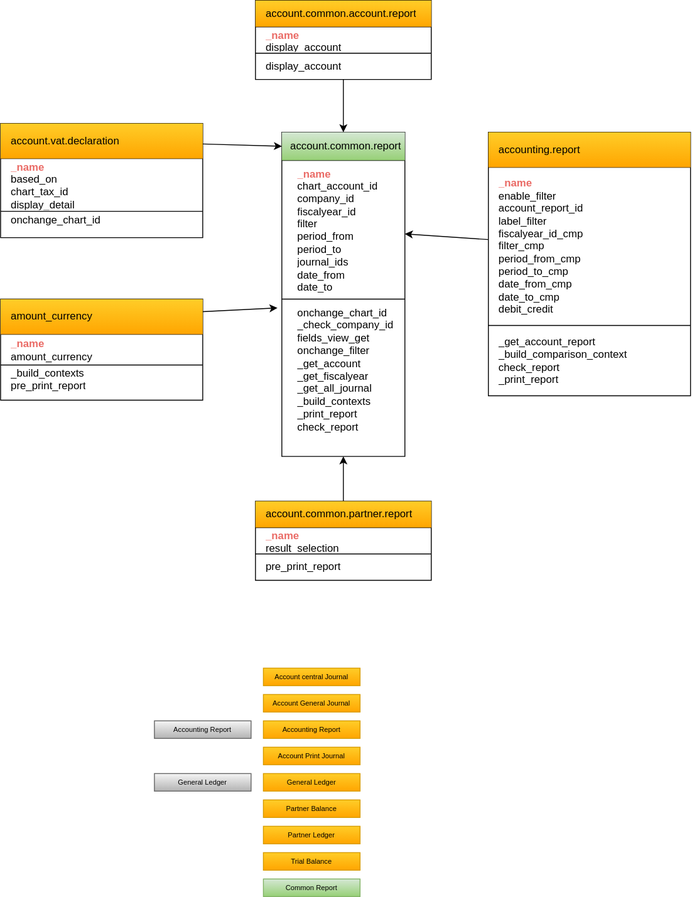
The draw.io diagram Actions.drawio.svg in jp-sft/odoo-models-diagrams, before a commit. Source tidied: cells renumbered, new cells last; positions are measured from the earlier drawing's top-left corner, leaving out a move shared by most shapes.
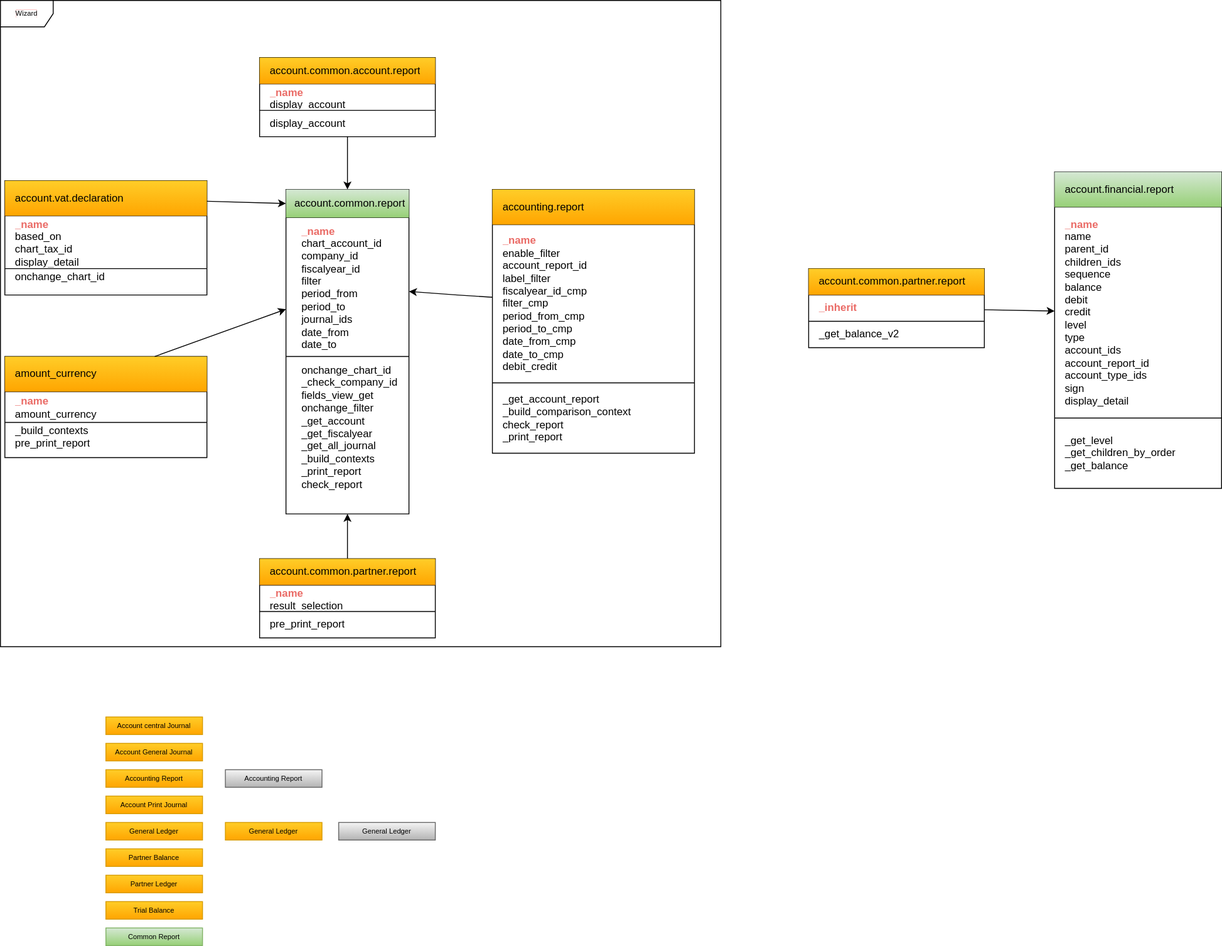
The same file after the commit.

Diff of the diagram source:
```diff
@@ -4,18 +4,18 @@
     <mxCell id="1" parent="0" />
     <mxCell id="2" style="edgeStyle=orthogonalEdgeStyle;rounded=0;orthogonalLoop=1;jettySize=auto;html=1;fontSize=12;fontColor=default;align=left;spacingLeft=10;" parent="1" edge="1">
       <mxGeometry relative="1" as="geometry">
-        <mxPoint x="400" as="sourcePoint" />
-        <mxPoint y="91" as="targetPoint" />
+        <mxPoint x="584" y="10" as="sourcePoint" />
+        <mxPoint x="184" y="101" as="targetPoint" />
       </mxGeometry>
     </mxCell>
     <mxCell id="3" style="edgeStyle=orthogonalEdgeStyle;rounded=0;orthogonalLoop=1;jettySize=auto;html=1;fontSize=12;fontColor=default;align=left;spacingLeft=10;" parent="1" edge="1">
       <mxGeometry relative="1" as="geometry">
-        <mxPoint x="400" as="sourcePoint" />
-        <mxPoint y="91" as="targetPoint" />
+        <mxPoint x="584" y="10" as="sourcePoint" />
+        <mxPoint x="184" y="101" as="targetPoint" />
       </mxGeometry>
     </mxCell>
     <mxCell id="4" style="shape=table;startSize=0;labelBackgroundColor=none;fontSize=12;fontColor=default;fillColor=none;html=0;align=left;spacingLeft=10;" parent="1" vertex="1">
-      <mxGeometry x="325" y="150" width="140" height="369" as="geometry" />
+      <mxGeometry x="509" y="160" width="140" height="369" as="geometry" />
     </mxCell>
     <mxCell id="5" style="shape=tableRow;horizontal=0;startSize=0;swimlaneHead=0;swimlaneBody=0;top=0;left=0;bottom=0;right=0;fillColor=none;points=[[0,0.5],[1,0.5]];portConstraint=eastwest;labelBackgroundColor=none;fontSize=12;fontColor=default;html=0;align=left;spacingLeft=10;" parent="4" vertex="1">
       <mxGeometry width="140" height="32" as="geometry" />
@@ -39,7 +39,7 @@
       <mxGeometry relative="1" as="geometry" />
     </mxCell>
     <mxCell id="12" style="shape=table;startSize=0;labelBackgroundColor=none;fontSize=12;fontColor=default;fillColor=none;html=0;align=left;spacingLeft=10;" parent="1" vertex="1">
-      <mxGeometry x="295" width="200" height="90" as="geometry" />
+      <mxGeometry x="479" y="10" width="200" height="90" as="geometry" />
     </mxCell>
     <mxCell id="13" style="shape=tableRow;horizontal=0;startSize=0;swimlaneHead=0;swimlaneBody=0;top=0;left=0;bottom=0;right=0;fillColor=none;labelBackgroundColor=none;fontSize=12;fontColor=default;html=0;align=left;spacingLeft=10;" parent="12" vertex="1">
       <mxGeometry width="200" height="30" as="geometry" />
@@ -60,7 +60,7 @@
       <mxGeometry width="200" height="30" as="geometry" />
     </mxCell>
     <mxCell id="19" style="shape=table;startSize=0;labelBackgroundColor=none;fontSize=12;fontColor=default;fillColor=none;html=0;align=left;spacingLeft=10;" parent="1" vertex="1">
-      <mxGeometry x="5" y="140" width="230" height="130" as="geometry" />
+      <mxGeometry x="189" y="150" width="230" height="130" as="geometry" />
     </mxCell>
     <mxCell id="20" style="shape=tableRow;horizontal=0;startSize=0;swimlaneHead=0;swimlaneBody=0;top=0;left=0;bottom=0;right=0;fillColor=none;points=[[0,0.5],[1,0.5]];portConstraint=eastwest;labelBackgroundColor=none;fontSize=12;fontColor=default;html=0;align=left;spacingLeft=10;" parent="19" vertex="1">
       <mxGeometry width="230" height="40" as="geometry" />
@@ -81,7 +81,7 @@
       <mxGeometry width="230" height="30" as="geometry" />
     </mxCell>
     <mxCell id="26" style="shape=table;startSize=0;labelBackgroundColor=none;fontSize=12;fontColor=default;fillColor=none;html=0;spacingLeft=10;align=left;" parent="1" vertex="1">
-      <mxGeometry x="560" y="150" width="230" height="300" as="geometry" />
+      <mxGeometry x="744" y="160" width="230" height="300" as="geometry" />
     </mxCell>
     <mxCell id="27" style="shape=tableRow;horizontal=0;startSize=0;swimlaneHead=0;swimlaneBody=0;top=0;left=0;bottom=0;right=0;fillColor=none;labelBackgroundColor=none;fontSize=12;fontColor=default;html=0;align=left;spacingLeft=10;" parent="26" vertex="1">
       <mxGeometry width="230" height="40" as="geometry" />
@@ -105,7 +105,7 @@
       <mxGeometry relative="1" as="geometry" />
     </mxCell>
     <mxCell id="34" style="shape=table;startSize=0;labelBackgroundColor=none;fontSize=12;fontColor=default;fillColor=none;html=0;align=left;spacingLeft=10;" parent="1" vertex="1">
-      <mxGeometry x="295" y="570" width="200" height="90" as="geometry" />
+      <mxGeometry x="479" y="580" width="200" height="90" as="geometry" />
     </mxCell>
     <mxCell id="35" style="shape=tableRow;horizontal=0;startSize=0;swimlaneHead=0;swimlaneBody=0;top=0;left=0;bottom=0;right=0;fillColor=none;labelBackgroundColor=none;fontSize=12;fontColor=default;html=0;align=left;spacingLeft=10;" parent="34" vertex="1">
       <mxGeometry width="200" height="30" as="geometry" />
@@ -126,7 +126,7 @@
       <mxGeometry width="200" height="30" as="geometry" />
     </mxCell>
     <mxCell id="41" style="shape=table;startSize=0;labelBackgroundColor=none;fontSize=12;fontColor=default;fillColor=none;html=0;align=left;spacingLeft=10;" parent="1" vertex="1">
-      <mxGeometry x="5" y="340" width="230" height="115" as="geometry" />
+      <mxGeometry x="189" y="350" width="230" height="115" as="geometry" />
     </mxCell>
     <mxCell id="42" style="shape=tableRow;horizontal=0;startSize=0;swimlaneHead=0;swimlaneBody=0;top=0;left=0;bottom=0;right=0;fillColor=none;points=[[0,0.5],[1,0.5]];portConstraint=eastwest;labelBackgroundColor=none;fontSize=12;fontColor=default;html=0;align=left;spacingLeft=10;" parent="41" vertex="1">
       <mxGeometry width="230" height="40" as="geometry" />
@@ -149,11 +149,15 @@
     <mxCell id="48" style="edgeStyle=none;rounded=0;jettySize=auto;html=1;entryX=0;entryY=0.5;entryDx=0;entryDy=0;fontSize=8;fontColor=default;align=left;spacingLeft=10;" parent="1" edge="1" source="20" target="5">
       <mxGeometry relative="1" as="geometry" />
     </mxCell>
-    <mxCell id="49" style="edgeStyle=none;rounded=0;jettySize=auto;html=1;entryX=-0.036;entryY=0.056;entryDx=0;entryDy=0;entryPerimeter=0;fontSize=8;fontColor=default;align=left;spacingLeft=10;" parent="1" edge="1" source="42" target="9">
+    <mxCell id="49" style="edgeStyle=none;rounded=0;jettySize=auto;html=1;fontSize=8;fontColor=default;align=left;spacingLeft=10;" parent="1" edge="1" source="42" target="7">
       <mxGeometry relative="1" as="geometry" />
     </mxCell>
     <mxCell id="50" style="edgeStyle=none;rounded=0;jettySize=auto;html=1;fontSize=8;fontColor=default;align=left;spacingLeft=10;" parent="1" edge="1" source="29" target="7">
-      <mxGeometry relative="1" as="geometry" />
+      <mxGeometry relative="1" as="geometry">
+        <Array as="points">
+          <mxPoint x="704" y="280" />
+        </Array>
+      </mxGeometry>
     </mxCell>
     <mxCell id="51" value="&lt;font color=&quot;#000000&quot;&gt;Common Report&lt;/font&gt;" style="rounded=0;whiteSpace=wrap;html=1;shadow=0;labelBackgroundColor=none;fillStyle=auto;fontSize=8;fillColor=#d5e8d4;gradientColor=#97d077;strokeColor=#82b366;" parent="1" vertex="1">
       <mxGeometry x="304" y="1000" width="110" height="20" as="geometry" />
@@ -168,13 +172,13 @@
       <mxGeometry x="304" y="820" width="110" height="20" as="geometry" />
     </mxCell>
     <mxCell id="55" value="Accounting Report" style="rounded=0;whiteSpace=wrap;html=1;shadow=0;labelBackgroundColor=none;fillStyle=auto;fontSize=8;fillColor=#f5f5f5;gradientColor=#b3b3b3;strokeColor=#666666;" parent="1" vertex="1">
-      <mxGeometry x="180" y="820" width="110" height="20" as="geometry" />
+      <mxGeometry x="440" y="820" width="110" height="20" as="geometry" />
     </mxCell>
     <mxCell id="56" value="Account Print Journal" style="rounded=0;whiteSpace=wrap;html=1;shadow=0;labelBackgroundColor=none;fillStyle=auto;fontSize=8;fillColor=#ffcd28;gradientColor=#ffa500;strokeColor=#d79b00;" parent="1" vertex="1">
       <mxGeometry x="304" y="850" width="110" height="20" as="geometry" />
     </mxCell>
-    <mxCell id="57" value="General Ledger" style="rounded=0;whiteSpace=wrap;html=1;shadow=0;labelBackgroundColor=none;fillStyle=auto;fontSize=8;fillColor=#f5f5f5;gradientColor=#b3b3b3;strokeColor=#666666;" parent="1" vertex="1">
-      <mxGeometry x="180" y="880" width="110" height="20" as="geometry" />
+    <mxCell id="57" value="General Ledger" style="rounded=0;whiteSpace=wrap;html=1;shadow=0;labelBackgroundColor=none;fillStyle=auto;fontSize=8;fillColor=#ffcd28;gradientColor=#ffa500;strokeColor=#d79b00;" parent="1" vertex="1">
+      <mxGeometry x="440" y="880" width="110" height="20" as="geometry" />
     </mxCell>
     <mxCell id="58" value="Partner Balance" style="rounded=0;whiteSpace=wrap;html=1;shadow=0;labelBackgroundColor=none;fillStyle=auto;fontSize=8;fillColor=#ffcd28;gradientColor=#ffa500;strokeColor=#d79b00;" parent="1" vertex="1">
       <mxGeometry x="304" y="910" width="110" height="20" as="geometry" />
@@ -188,5 +192,56 @@
     <mxCell id="61" value="General Ledger" style="rounded=0;whiteSpace=wrap;html=1;shadow=0;labelBackgroundColor=none;fillStyle=auto;fontSize=8;fillColor=#ffcd28;gradientColor=#ffa500;strokeColor=#d79b00;" parent="1" vertex="1">
       <mxGeometry x="304" y="880" width="110" height="20" as="geometry" />
     </mxCell>
+    <mxCell id="62" value="General Ledger" style="rounded=0;whiteSpace=wrap;html=1;shadow=0;labelBackgroundColor=none;fillStyle=auto;fontSize=8;fillColor=#f5f5f5;gradientColor=#b3b3b3;strokeColor=#666666;" parent="1" vertex="1">
+      <mxGeometry x="569" y="880" width="110" height="20" as="geometry" />
+    </mxCell>
+    <mxCell id="63" style="shape=table;startSize=0;labelBackgroundColor=none;fontSize=12;fontColor=default;fillColor=none;html=0;spacingLeft=10;align=left;" parent="1" vertex="1">
+      <mxGeometry x="1384" y="140" width="190" height="360" as="geometry" />
+    </mxCell>
+    <mxCell id="64" style="shape=tableRow;horizontal=0;startSize=0;swimlaneHead=0;swimlaneBody=0;top=0;left=0;bottom=0;right=0;fillColor=none;labelBackgroundColor=none;fontSize=12;fontColor=default;html=0;align=left;spacingLeft=10;" parent="63" vertex="1">
+      <mxGeometry width="190" height="40" as="geometry" />
+    </mxCell>
+    <mxCell id="65" value="account.financial.report" style="shape=partialRectangle;html=1;whiteSpace=wrap;overflow=hidden;fillColor=#d5e8d4;top=0;left=0;bottom=0;right=0;labelBackgroundColor=none;fontSize=12;gradientColor=#97d077;strokeColor=#82b366;align=left;spacingLeft=10;" parent="64" vertex="1">
+      <mxGeometry width="190" height="40" as="geometry" />
+    </mxCell>
+    <mxCell id="66" style="shape=tableRow;horizontal=0;startSize=0;swimlaneHead=0;swimlaneBody=0;top=0;left=0;bottom=0;right=0;fillColor=none;points=[[0,0.5],[1,0.5]];portConstraint=eastwest;labelBackgroundColor=none;fontSize=12;fontColor=default;html=0;align=left;spacingLeft=10;" parent="63" vertex="1">
+      <mxGeometry y="40" width="190" height="240" as="geometry" />
+    </mxCell>
+    <mxCell id="67" value="&lt;b style=&quot;color: rgb(234, 107, 102);&quot;&gt;_name&lt;br&gt;&lt;/b&gt;&lt;div&gt;name&lt;/div&gt;&lt;div&gt;parent_id&lt;/div&gt;&lt;div&gt;children_ids&lt;/div&gt;&lt;div&gt;sequence&lt;/div&gt;&lt;div&gt;balance&lt;/div&gt;&lt;div&gt;debit&lt;/div&gt;&lt;div&gt;credit&lt;/div&gt;&lt;div&gt;level&lt;/div&gt;&lt;div&gt;type&lt;/div&gt;&lt;div&gt;account_ids&lt;/div&gt;&lt;div&gt;account_report_id&lt;/div&gt;&lt;div&gt;account_type_ids&lt;/div&gt;&lt;div&gt;sign&lt;/div&gt;&lt;div&gt;display_detail&lt;/div&gt;" style="shape=partialRectangle;whiteSpace=wrap;overflow=hidden;fillColor=none;top=0;left=0;bottom=0;right=0;labelBackgroundColor=none;fontSize=12;fontColor=default;align=left;spacingLeft=10;html=1;" parent="66" vertex="1">
+      <mxGeometry width="190" height="240" as="geometry" />
+    </mxCell>
+    <mxCell id="68" style="shape=tableRow;horizontal=0;startSize=0;swimlaneHead=0;swimlaneBody=0;top=0;left=0;bottom=0;right=0;fillColor=none;labelBackgroundColor=none;fontSize=12;fontColor=default;html=0;align=left;spacingLeft=10;" parent="63" vertex="1">
+      <mxGeometry y="280" width="190" height="80" as="geometry" />
+    </mxCell>
+    <mxCell id="69" value="_get_level&lt;br&gt;_get_children_by_order&lt;br&gt;_get_balance" style="shape=partialRectangle;whiteSpace=wrap;overflow=hidden;fillColor=none;top=0;left=0;bottom=0;right=0;labelBackgroundColor=none;fontSize=12;fontColor=default;align=left;spacingLeft=10;html=1;" parent="68" vertex="1">
+      <mxGeometry width="190" height="80" as="geometry" />
+    </mxCell>
+    <mxCell id="70" style="edgeStyle=none;rounded=0;jettySize=auto;html=1;fontSize=8;fontColor=#000000;" parent="1" edge="1" source="71" target="66">
+      <mxGeometry relative="1" as="geometry" />
+    </mxCell>
+    <mxCell id="71" style="shape=table;startSize=0;labelBackgroundColor=none;fontSize=12;fontColor=default;fillColor=none;html=0;align=left;spacingLeft=10;" parent="1" vertex="1">
+      <mxGeometry x="1104" y="250" width="200" height="90" as="geometry" />
+    </mxCell>
+    <mxCell id="72" style="shape=tableRow;horizontal=0;startSize=0;swimlaneHead=0;swimlaneBody=0;top=0;left=0;bottom=0;right=0;fillColor=none;labelBackgroundColor=none;fontSize=12;fontColor=default;html=0;align=left;spacingLeft=10;" parent="71" vertex="1">
+      <mxGeometry width="200" height="30" as="geometry" />
+    </mxCell>
+    <mxCell id="73" value="account.common.partner.report" style="shape=partialRectangle;html=1;whiteSpace=wrap;overflow=hidden;fillColor=#ffcd28;top=0;left=0;bottom=0;right=0;labelBackgroundColor=none;fontSize=12;gradientColor=#ffa500;strokeColor=#d79b00;align=left;spacingLeft=10;" parent="72" vertex="1">
+      <mxGeometry width="200" height="30" as="geometry" />
+    </mxCell>
+    <mxCell id="74" style="shape=tableRow;horizontal=0;startSize=0;swimlaneHead=0;swimlaneBody=0;top=0;left=0;bottom=0;right=0;fillColor=none;labelBackgroundColor=none;fontSize=12;fontColor=default;html=0;align=left;spacingLeft=10;" parent="71" vertex="1">
+      <mxGeometry y="30" width="200" height="30" as="geometry" />
+    </mxCell>
+    <mxCell id="75" value="&lt;font color=&quot;#ea6b66&quot;&gt;&lt;b&gt;_inherit&lt;/b&gt;&lt;/font&gt;" style="shape=partialRectangle;html=1;whiteSpace=wrap;overflow=hidden;fillColor=none;top=0;left=0;bottom=0;right=0;labelBackgroundColor=none;fontSize=12;fontColor=default;align=left;spacingLeft=10;" parent="74" vertex="1">
+      <mxGeometry width="200" height="30" as="geometry" />
+    </mxCell>
+    <mxCell id="76" style="shape=tableRow;horizontal=0;startSize=0;swimlaneHead=0;swimlaneBody=0;top=0;left=0;bottom=0;right=0;fillColor=none;labelBackgroundColor=none;fontSize=12;fontColor=default;html=0;align=left;spacingLeft=10;" parent="71" vertex="1">
+      <mxGeometry y="60" width="200" height="30" as="geometry" />
+    </mxCell>
+    <mxCell id="77" value="_get_balance_v2" style="shape=partialRectangle;html=1;whiteSpace=wrap;overflow=hidden;fillColor=none;top=0;left=0;bottom=0;right=0;labelBackgroundColor=none;fontSize=12;fontColor=default;align=left;spacingLeft=10;" parent="76" vertex="1">
+      <mxGeometry width="200" height="30" as="geometry" />
+    </mxCell>
+    <mxCell id="78" value="&lt;span style=&quot;background-color: rgb(255, 255, 255);&quot;&gt;Wizard&lt;/span&gt;" style="shape=umlFrame;whiteSpace=wrap;html=1;shadow=0;labelBackgroundColor=red;fillStyle=auto;fontSize=8;" parent="1" vertex="1">
+      <mxGeometry x="184" y="-55" width="820" height="735" as="geometry" />
+    </mxCell>
   </root>
 </mxGraphModel>
```
